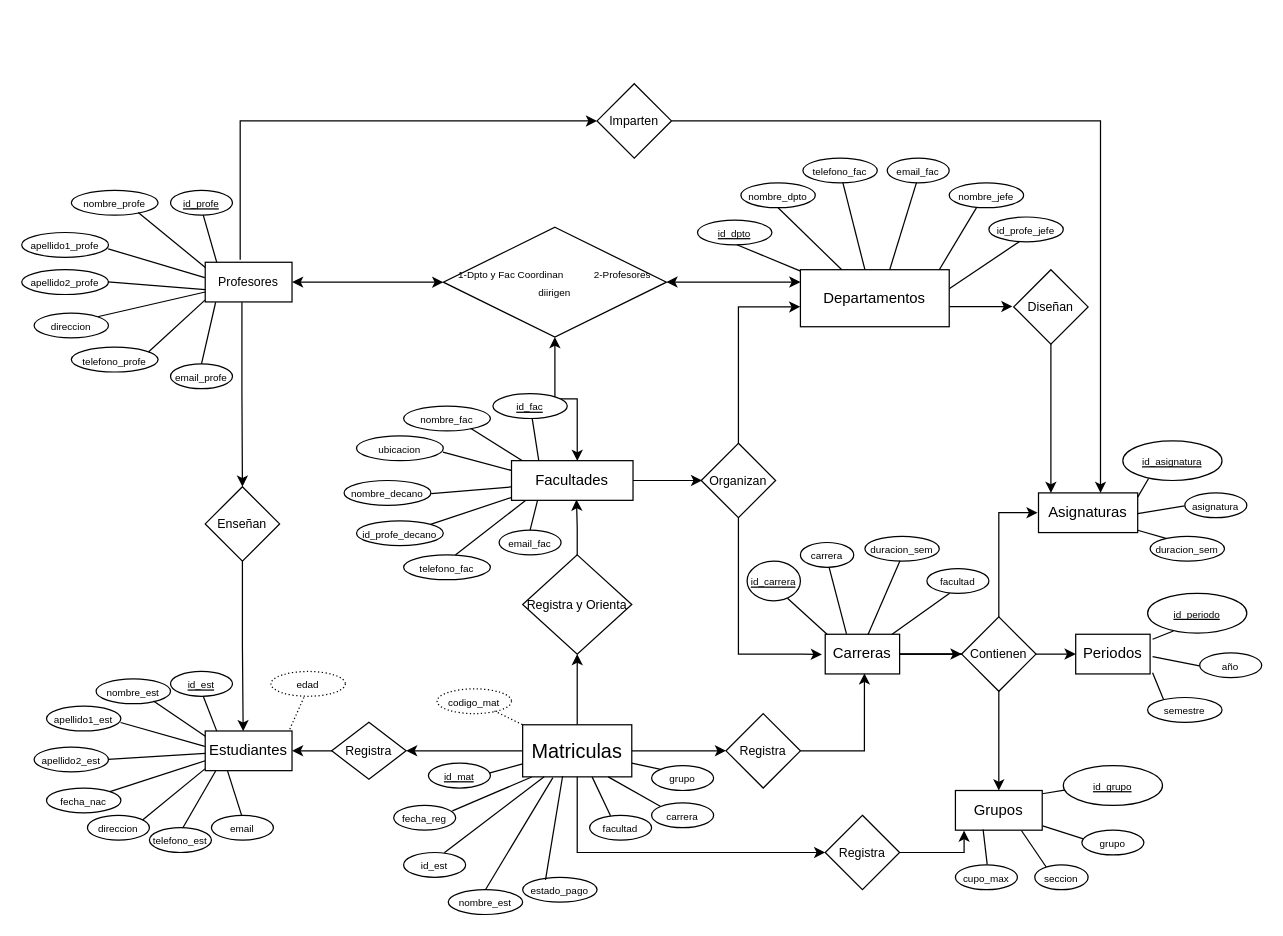
ErnestDG/Ciencia-de-datos- keeps this draw.io diagram as ProyectoFinalBD.drawio. Above is the earlier version. Source tidied: cells renumbered, new cells numbered last; positions are measured from the earlier drawing's top-left corner, leaving out a move shared by most shapes. Both pictures are drawn from the tidied source at 124%, with x=0, y=0 at pixel (21, 83).
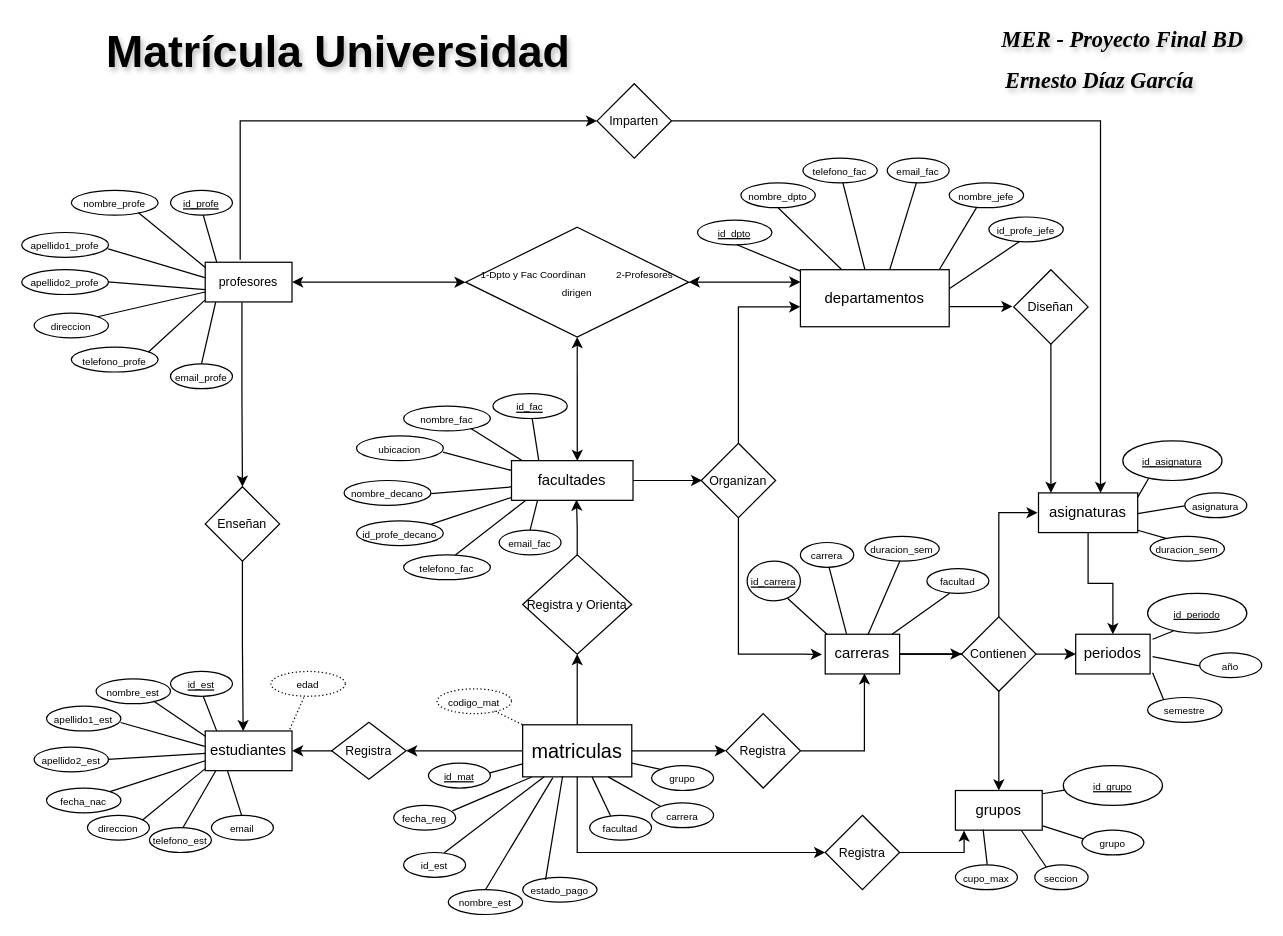
The same page after the edit.

What changed in the source:
```diff
@@
-    <mxCell id="2" value="Grupos" style="rounded=0;whiteSpace=wrap;html=1;" parent="1" vertex="1">
+    <mxCell id="2" value="grupos" style="rounded=0;whiteSpace=wrap;html=1;" parent="1" vertex="1">
       <mxGeometry x="753" y="570" width="70" height="32" as="geometry" />
     </mxCell>
@@
+    <mxCell id="149" style="edgeStyle=orthogonalEdgeStyle;rounded=0;jettySize=auto;html=1;" parent="1" edge="1" source="6" target="19">
+      <mxGeometry relative="1" as="geometry" />
+    </mxCell>
-    <mxCell id="6" value="Asignaturas" style="rounded=0;whiteSpace=wrap;html=1;" parent="1" vertex="1">
+    <mxCell id="6" value="asignaturas" style="rounded=0;whiteSpace=wrap;html=1;" parent="1" vertex="1">
       <mxGeometry x="820" y="330" width="80" height="32" as="geometry" />
     </mxCell>
@@
-    <mxCell id="9" value="Departamentos" style="rounded=0;whiteSpace=wrap;html=1;" parent="1" vertex="1">
+    <mxCell id="9" value="departamentos" style="rounded=0;whiteSpace=wrap;html=1;" parent="1" vertex="1">
       <mxGeometry x="628" y="150" width="120" height="46" as="geometry" />
     </mxCell>
@@
-    <mxCell id="13" value="Carreras" style="rounded=0;whiteSpace=wrap;html=1;" parent="1" vertex="1">
+    <mxCell id="13" value="carreras" style="rounded=0;whiteSpace=wrap;html=1;" parent="1" vertex="1">
       <mxGeometry x="648" y="444" width="60" height="32" as="geometry" />
     </mxCell>
@@
-    <mxCell id="15" value="Estudiantes" style="rounded=0;whiteSpace=wrap;html=1;" parent="1" vertex="1">
+    <mxCell id="15" value="estudiantes" style="rounded=0;whiteSpace=wrap;html=1;" parent="1" vertex="1">
       <mxGeometry x="148" y="522" width="70" height="32" as="geometry" />
     </mxCell>
@@
-    <mxCell id="17" value="&lt;font style=&quot;font-size: 16px;&quot;&gt;Matriculas&lt;/font&gt;" style="rounded=0;whiteSpace=wrap;html=1;" parent="1" vertex="1">
+    <mxCell id="17" value="&lt;font style=&quot;font-size: 16px;&quot;&gt;matriculas&lt;/font&gt;" style="rounded=0;whiteSpace=wrap;html=1;" parent="1" vertex="1">
       <mxGeometry x="404" y="517" width="88" height="42" as="geometry" />
     </mxCell>
@@
-    <mxCell id="19" value="Periodos" style="rounded=0;whiteSpace=wrap;html=1;" parent="1" vertex="1">
+    <mxCell id="19" value="periodos" style="rounded=0;whiteSpace=wrap;html=1;" parent="1" vertex="1">
       <mxGeometry x="850" y="444" width="60" height="32" as="geometry" />
     </mxCell>
@@
-    <mxCell id="27" value="&lt;font style=&quot;font-size: 8px;&quot;&gt;&lt;font style=&quot;&quot;&gt;1-Dpto y Fac Coordinan&amp;nbsp; &amp;nbsp; &amp;nbsp; &amp;nbsp; &amp;nbsp; &amp;nbsp;2-&lt;/font&gt;&lt;span style=&quot;background-color: transparent; color: light-dark(rgb(0, 0, 0), rgb(255, 255, 255));&quot;&gt;Profesores diirigen&lt;/span&gt;&lt;/font&gt;&lt;font style=&quot;font-size: 10px;&quot;&gt;&lt;br&gt;&lt;/font&gt;" style="rhombus;whiteSpace=wrap;html=1;shapeInside=1;" parent="1" vertex="1">
-      <mxGeometry x="340" y="115.8" width="180" height="88.5" as="geometry" />
+    <mxCell id="27" value="&lt;font style=&quot;font-size: 8px;&quot;&gt;&lt;font style=&quot;&quot;&gt;1-Dpto y Fac Coordinan&amp;nbsp; &amp;nbsp; &amp;nbsp; &amp;nbsp; &amp;nbsp; &amp;nbsp;2-&lt;/font&gt;&lt;span style=&quot;background-color: transparent; color: light-dark(rgb(0, 0, 0), rgb(255, 255, 255));&quot;&gt;Profesores dirigen&lt;/span&gt;&lt;/font&gt;&lt;font style=&quot;font-size: 10px;&quot;&gt;&lt;br&gt;&lt;/font&gt;" style="rhombus;whiteSpace=wrap;html=1;shapeInside=1;" parent="1" vertex="1">
+      <mxGeometry x="358" y="115.8" width="180" height="88.5" as="geometry" />
     </mxCell>
@@
-    <mxCell id="72" value="&lt;font style=&quot;font-size: 10px;&quot;&gt;Profesores&lt;/font&gt;" style="rounded=0;whiteSpace=wrap;html=1;" parent="1" vertex="1">
+    <mxCell id="72" value="&lt;font style=&quot;font-size: 10px;&quot;&gt;profesores&lt;/font&gt;" style="rounded=0;whiteSpace=wrap;html=1;" parent="1" vertex="1">
       <mxGeometry x="148" y="144" width="70" height="32" as="geometry" />
     </mxCell>
@@
-    <mxCell id="101" value="Facultades" style="rounded=0;whiteSpace=wrap;html=1;" parent="1" vertex="1">
+    <mxCell id="101" value="facultades" style="rounded=0;whiteSpace=wrap;html=1;" parent="1" vertex="1">
       <mxGeometry x="395" y="304" width="98" height="32" as="geometry" />
     </mxCell>
@@
+    <mxCell id="150" value="&lt;font style=&quot;font-size: 36px;&quot;&gt;Matrícula Universidad&lt;/font&gt;" style="text;html=1;strokeColor=none;fillColor=none;align=center;verticalAlign=middle;rounded=0;fontColor=default;fontStyle=1;fontFamily=Helvetica;textShadow=1;labelBorderColor=none;shadow=0;glass=0;labelBackgroundColor=none;" parent="1" vertex="1">
+      <mxGeometry x="60" y="-47" width="389" height="42" as="geometry" />
+    </mxCell>
+    <mxCell id="151" style="group;fontColor=default;textShadow=1;fontStyle=3;fontFamily=Times New Roman;" parent="1" vertex="1">
+      <mxGeometry x="783" y="-50" width="210" height="50" as="geometry" />
+    </mxCell>
+    <mxCell id="152" value="&lt;font style=&quot;font-size: 18px;&quot;&gt;MER - Proyecto Final BD&lt;/font&gt;" style="text;html=1;whiteSpace=wrap;strokeColor=none;fillColor=none;align=center;verticalAlign=middle;rounded=0;fontColor=default;textShadow=1;fontStyle=3;fontFamily=Times New Roman;" parent="151" vertex="1">
+      <mxGeometry width="210" height="30" as="geometry" />
+    </mxCell>
+    <mxCell id="153" value="&lt;font style=&quot;font-size: 18px;&quot;&gt;Ernesto Díaz García&lt;/font&gt;" style="text;html=1;whiteSpace=wrap;strokeColor=none;fillColor=none;align=center;verticalAlign=middle;rounded=0;fontColor=default;textShadow=1;fontStyle=3;fontFamily=Times New Roman;" parent="151" vertex="1">
+      <mxGeometry y="33" width="173" height="30" as="geometry" />
+    </mxCell>
```
